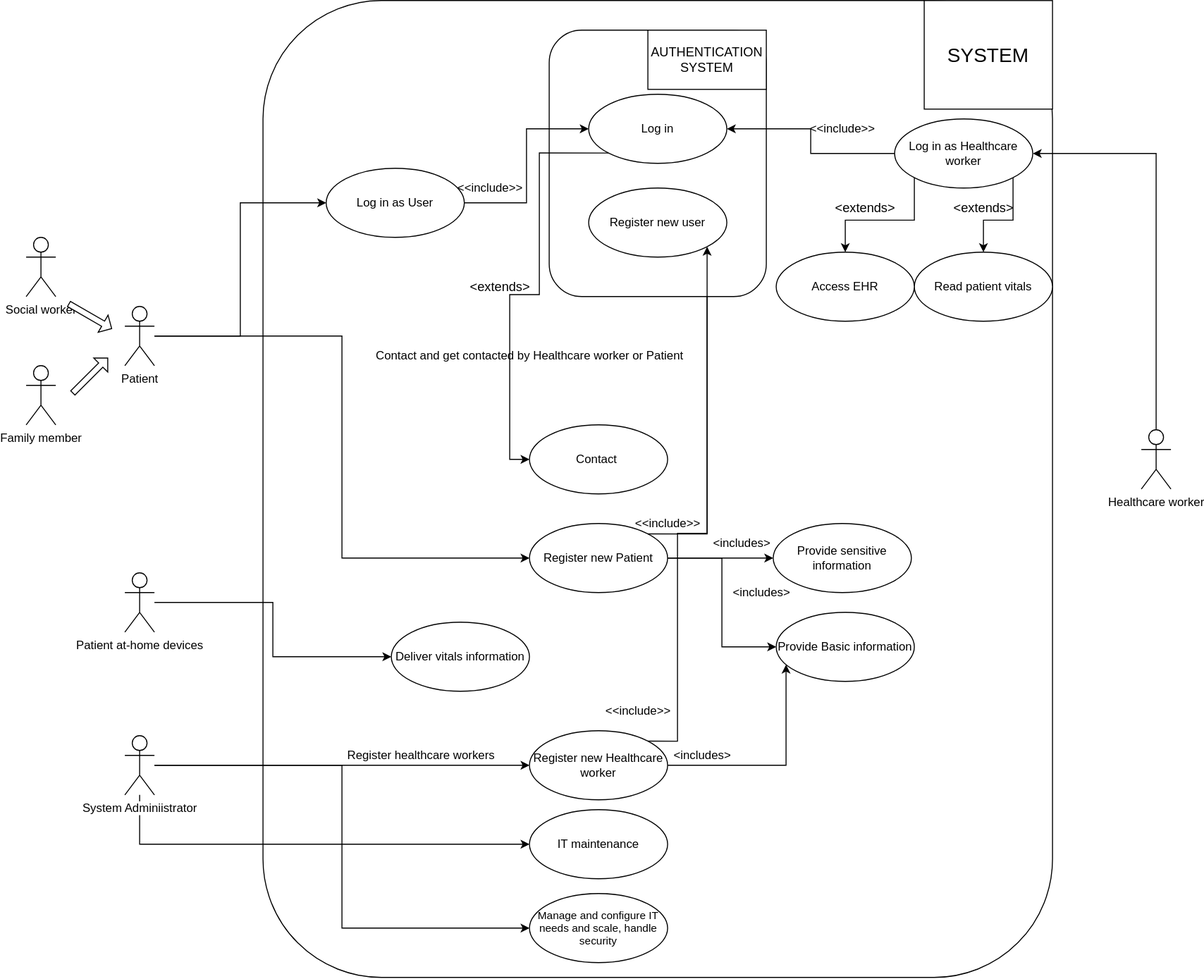
Before: Task 1/source/images/UseCaseDiagram.svg, a diagram exported from draw.io (SteinarVrenne/school_imt3501). Source tidied: cells renumbered, new cells last; positions are measured from the earlier drawing's top-left corner, leaving out a move shared by most shapes.
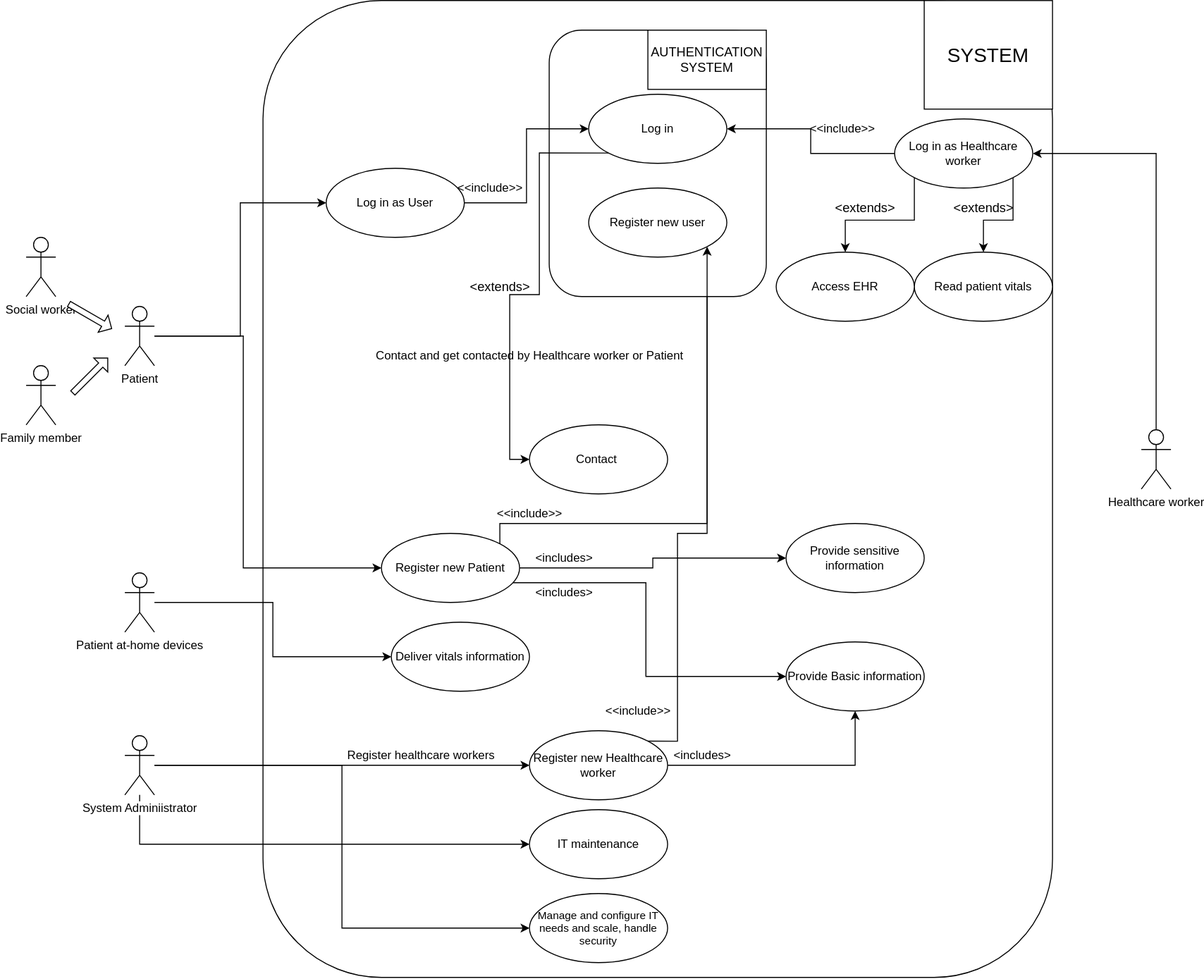
Later version of the same file.

Commit message:
I love use cases :(

The edit, as a diff of the source:
```diff
@@ -6,7 +6,12 @@
       <mxGeometry x="240" width="800" height="990" as="geometry" />
     </mxCell>
     <mxCell id="3" style="edgeStyle=orthogonalEdgeStyle;rounded=0;jettySize=auto;html=1;entryX=0;entryY=0.5;entryDx=0;entryDy=0;" parent="1" edge="1" source="4" target="13">
-      <mxGeometry relative="1" as="geometry" />
+      <mxGeometry relative="1" as="geometry">
+        <Array as="points">
+          <mxPoint x="220" y="340" />
+          <mxPoint x="220" y="575" />
+        </Array>
+      </mxGeometry>
     </mxCell>
     <mxCell id="4" value="Patient&lt;br&gt;" style="shape=umlActor;verticalLabelPosition=bottom;labelBackgroundColor=#ffffff;verticalAlign=top;html=1;" parent="1" vertex="1">
       <mxGeometry x="100" y="310" width="30" height="60" as="geometry" />
@@ -34,33 +39,34 @@
       <mxGeometry x="510" y="430" width="140" height="70" as="geometry" />
     </mxCell>
     <mxCell id="11" style="edgeStyle=orthogonalEdgeStyle;rounded=0;jettySize=auto;html=1;entryX=0;entryY=0.5;entryDx=0;entryDy=0;" parent="1" edge="1" source="13" target="26">
-      <mxGeometry relative="1" as="geometry" />
+      <mxGeometry relative="1" as="geometry">
+        <Array as="points">
+          <mxPoint x="628" y="590" />
+          <mxPoint x="628" y="685" />
+        </Array>
+      </mxGeometry>
     </mxCell>
     <mxCell id="12" style="edgeStyle=orthogonalEdgeStyle;rounded=0;jettySize=auto;html=1;entryX=0;entryY=0.5;entryDx=0;entryDy=0;" parent="1" edge="1" source="13" target="27">
       <mxGeometry relative="1" as="geometry" />
     </mxCell>
     <mxCell id="13" value="Register new Patient" style="ellipse;whiteSpace=wrap;html=1;" parent="1" vertex="1">
-      <mxGeometry x="510" y="530" width="140" height="70" as="geometry" />
+      <mxGeometry x="360" y="540" width="140" height="70" as="geometry" />
     </mxCell>
     <mxCell id="14" value="Contact and get contacted by Healthcare worker or Patient" style="text;html=1;align=center;verticalAlign=middle;" parent="1" vertex="1">
       <mxGeometry x="345" y="350" width="330" height="20" as="geometry" />
     </mxCell>
+    <mxCell id="16" style="edgeStyle=orthogonalEdgeStyle;rounded=0;jettySize=auto;html=1;exitX=1;exitY=0;exitDx=0;exitDy=0;entryX=1;entryY=1;entryDx=0;entryDy=0;" parent="1" edge="1" source="17" target="51">
+      <mxGeometry relative="1" as="geometry">
+        <Array as="points">
+          <mxPoint x="660" y="751" />
+          <mxPoint x="660" y="540" />
+          <mxPoint x="690" y="540" />
+        </Array>
+      </mxGeometry>
+    </mxCell>
-    <mxCell id="15" style="edgeStyle=orthogonalEdgeStyle;rounded=0;jettySize=auto;html=1;" parent="1" edge="1" source="17" target="26">
-      <mxGeometry relative="1" as="geometry">
-        <Array as="points">
-          <mxPoint x="770" y="775" />
-        </Array>
-      </mxGeometry>
+    <mxCell id="15" style="edgeStyle=orthogonalEdgeStyle;rounded=0;jettySize=auto;html=1;exitX=1;exitY=0.5;exitDx=0;exitDy=0;entryX=0.5;entryY=1;entryDx=0;entryDy=0;" parent="1" edge="1" source="17" target="26">
+      <mxGeometry relative="1" as="geometry" />
     </mxCell>
-    <mxCell id="16" style="edgeStyle=orthogonalEdgeStyle;rounded=0;jettySize=auto;html=1;exitX=1;exitY=0;exitDx=0;exitDy=0;entryX=1;entryY=1;entryDx=0;entryDy=0;" parent="1" edge="1" source="17" target="51">
-      <mxGeometry relative="1" as="geometry">
-        <Array as="points">
-          <mxPoint x="660" y="751" />
-          <mxPoint x="660" y="540" />
-          <mxPoint x="690" y="540" />
-        </Array>
-      </mxGeometry>
-    </mxCell>
     <mxCell id="17" value="Register new Healthcare worker" style="ellipse;whiteSpace=wrap;html=1;" parent="1" vertex="1">
       <mxGeometry x="510" y="740" width="140" height="70" as="geometry" />
     </mxCell>
@@ -89,13 +95,13 @@
       <mxGeometry x="910" width="130" height="110" as="geometry" />
     </mxCell>
     <mxCell id="26" value="Provide Basic information" style="ellipse;whiteSpace=wrap;html=1;" parent="1" vertex="1">
-      <mxGeometry x="760" y="620" width="140" height="70" as="geometry" />
+      <mxGeometry x="770" y="650" width="140" height="70" as="geometry" />
     </mxCell>
     <mxCell id="27" value="Provide sensitive information" style="ellipse;whiteSpace=wrap;html=1;" parent="1" vertex="1">
-      <mxGeometry x="757" y="530" width="140" height="70" as="geometry" />
+      <mxGeometry x="770" y="530" width="140" height="70" as="geometry" />
     </mxCell>
     <mxCell id="28" value="&amp;lt;includes&amp;gt;" style="text;html=1;align=center;verticalAlign=middle;rotation=0;" parent="1" vertex="1">
-      <mxGeometry x="690" y="540" width="70" height="20" as="geometry" />
+      <mxGeometry x="510" y="555" width="70" height="20" as="geometry" />
     </mxCell>
     <mxCell id="29" value="&amp;lt;includes&amp;gt;" style="text;html=1;align=center;verticalAlign=middle;rotation=0;" parent="1" vertex="1">
       <mxGeometry x="650" y="755" width="70" height="20" as="geometry" />
@@ -176,12 +182,13 @@
     <mxCell id="52" style="edgeStyle=orthogonalEdgeStyle;rounded=0;jettySize=auto;html=1;exitX=1;exitY=0;exitDx=0;exitDy=0;entryX=1;entryY=1;entryDx=0;entryDy=0;" parent="1" edge="1" source="13" target="51">
       <mxGeometry relative="1" as="geometry">
         <Array as="points">
-          <mxPoint x="690" y="541" />
+          <mxPoint x="480" y="530" />
+          <mxPoint x="690" y="530" />
         </Array>
       </mxGeometry>
     </mxCell>
     <mxCell id="53" value="&amp;lt;&amp;lt;include&amp;gt;&amp;gt;" style="text;html=1;align=center;verticalAlign=middle;" parent="1" vertex="1">
-      <mxGeometry x="610" y="520" width="80" height="20" as="geometry" />
+      <mxGeometry x="470" y="510" width="80" height="20" as="geometry" />
     </mxCell>
     <mxCell id="54" value="&amp;lt;&amp;lt;include&amp;gt;&amp;gt;" style="text;html=1;align=center;verticalAlign=middle;" parent="1" vertex="1">
       <mxGeometry x="580" y="710" width="80" height="20" as="geometry" />
@@ -190,7 +197,7 @@
       <mxGeometry x="810" y="200" width="80" height="20" as="geometry" />
     </mxCell>
     <mxCell id="56" value="&amp;lt;includes&amp;gt;" style="text;html=1;align=center;verticalAlign=middle;rotation=0;" parent="1" vertex="1">
-      <mxGeometry x="710" y="590" width="70" height="20" as="geometry" />
+      <mxGeometry x="510" y="590" width="70" height="20" as="geometry" />
     </mxCell>
   </root>
 </mxGraphModel>
```
